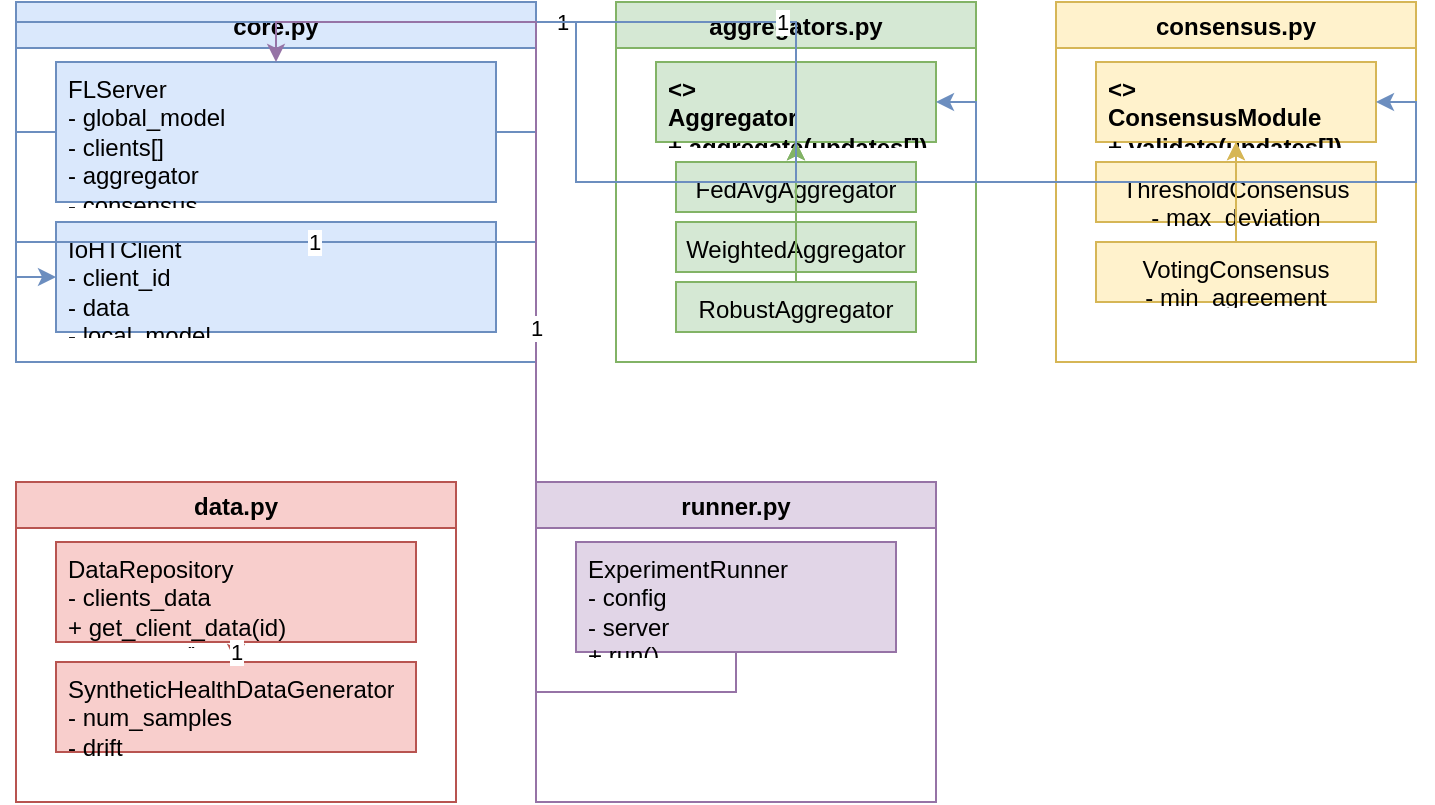
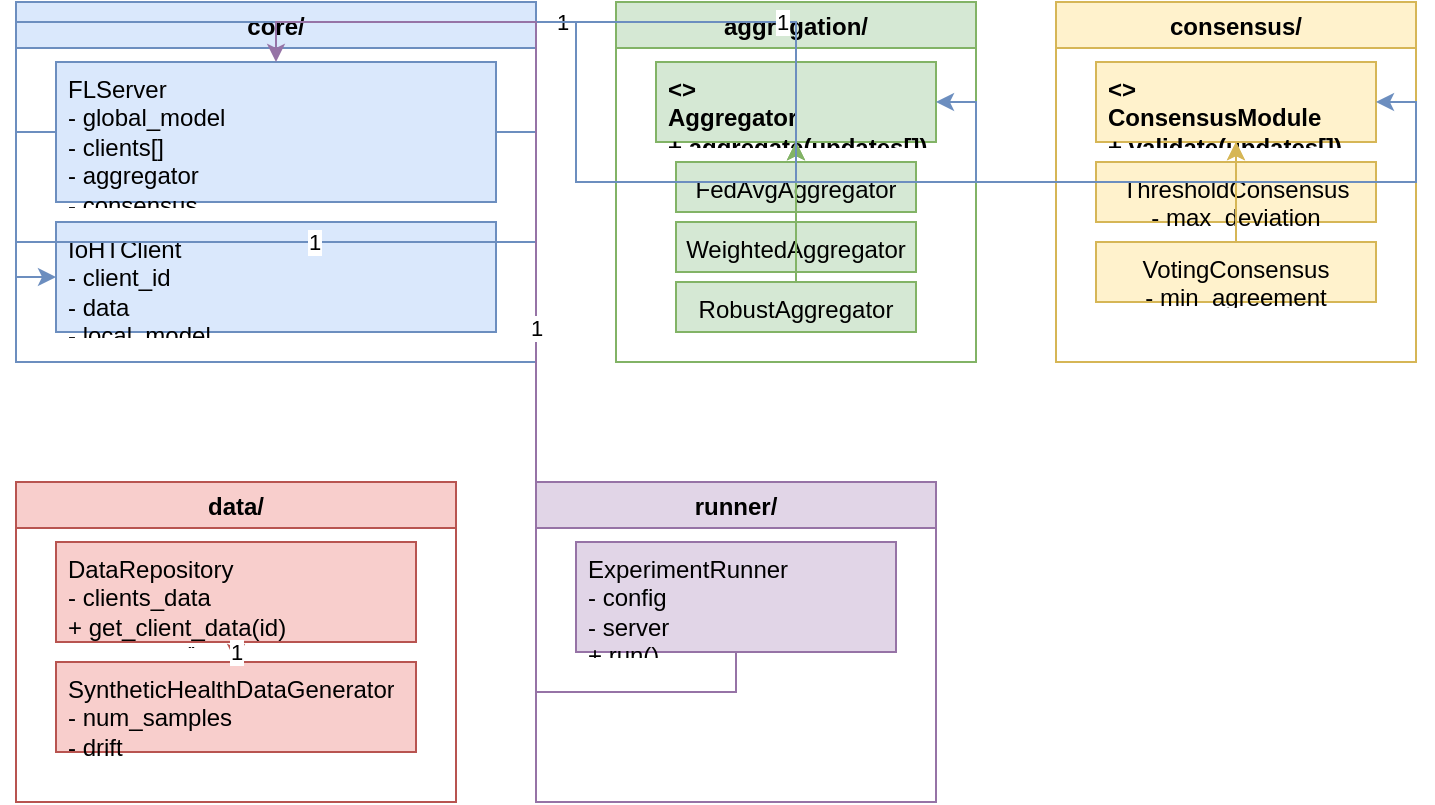
<mxfile host="app.diagrams.net" modified="2024-01-01T00:00:00.000Z" agent="Mozilla/5.0" version="21.0.0" type="device">
-   <diagram id="arch" name="Arquitetura IoHT-FL">
+   <diagram id="arch" name="Arquitetura IoMT-FL Consensus">
    <mxGraphModel dx="1200" dy="900" grid="1" gridSize="10" guides="1" tooltips="1" connect="1" arrows="1" fold="1" page="1" pageScale="1" pageWidth="1200" pageHeight="1000" math="0" shadow="0">
      <root>
        <mxCell id="0" />
        <mxCell id="1" parent="0" />

        <!-- Pacote core.py -->
-         <mxCell id="pkg_core" value="core.py" style="swimlane;fillColor=#dae8fc;strokeColor=#6c8ebf;" vertex="1" parent="1">
+         <mxCell id="pkg_core" value="core/" style="swimlane;fillColor=#dae8fc;strokeColor=#6c8ebf;" vertex="1" parent="1">
          <mxGeometry x="40" y="40" width="260" height="180" as="geometry" />
        </mxCell>

        <!-- Pacote aggregators.py -->
-         <mxCell id="pkg_agg" value="aggregators.py" style="swimlane;fillColor=#d5e8d4;strokeColor=#82b366;" vertex="1" parent="1">
+         <mxCell id="pkg_agg" value="aggregation/" style="swimlane;fillColor=#d5e8d4;strokeColor=#82b366;" vertex="1" parent="1">
          <mxGeometry x="340" y="40" width="180" height="180" as="geometry" />
        </mxCell>

        <!-- Pacote consensus.py -->
-         <mxCell id="pkg_cons" value="consensus.py" style="swimlane;fillColor=#fff2cc;strokeColor=#d6b656;" vertex="1" parent="1">
+         <mxCell id="pkg_cons" value="consensus/" style="swimlane;fillColor=#fff2cc;strokeColor=#d6b656;" vertex="1" parent="1">
          <mxGeometry x="560" y="40" width="180" height="180" as="geometry" />
        </mxCell>

        <!-- Pacote data.py -->
-         <mxCell id="pkg_data" value="data.py" style="swimlane;fillColor=#f8cecc;strokeColor=#b85450;" vertex="1" parent="1">
+         <mxCell id="pkg_data" value="data/" style="swimlane;fillColor=#f8cecc;strokeColor=#b85450;" vertex="1" parent="1">
          <mxGeometry x="40" y="280" width="220" height="160" as="geometry" />
        </mxCell>

        <!-- Pacote runner.py -->
-         <mxCell id="pkg_runner" value="runner.py" style="swimlane;fillColor=#e1d5e7;strokeColor=#9673a6;" vertex="1" parent="1">
+         <mxCell id="pkg_runner" value="runner/" style="swimlane;fillColor=#e1d5e7;strokeColor=#9673a6;" vertex="1" parent="1">
          <mxGeometry x="300" y="280" width="200" height="160" as="geometry" />
        </mxCell>

        <!-- Classes core.py -->
        <mxCell id="FLServer" value="FLServer&#xa;- global_model&#xa;- clients[]&#xa;- aggregator&#xa;- consensus&#xa;+ select_clients()&#xa;+ round()" style="text;html=1;strokeColor=#6c8ebf;fillColor=#dae8fc;align=left;verticalAlign=top;spacingLeft=4;spacingRight=4;overflow=hidden;rotatable=0;points=[[0,0.5],[1,0.5]];portConstraint=eastwest;" vertex="1" parent="pkg_core">
          <mxGeometry x="20" y="30" width="220" height="70" as="geometry" />
        </mxCell>
        <mxCell id="IoHTClient" value="IoHTClient&#xa;- client_id&#xa;- data&#xa;- local_model&#xa;- resource_profile&#xa;+ train_local_model()&#xa;+ simulate_failure()" style="text;html=1;strokeColor=#6c8ebf;fillColor=#dae8fc;align=left;verticalAlign=top;spacingLeft=4;spacingRight=4;overflow=hidden;rotatable=0;points=[[0,0.5],[1,0.5]];portConstraint=eastwest;" vertex="1" parent="pkg_core">
          <mxGeometry x="20" y="110" width="220" height="55" as="geometry" />
        </mxCell>

        <!-- Classes aggregators.py -->
        <mxCell id="Aggregator" value="&lt;&lt;interface&gt;&gt;&#xa;Aggregator&#xa;+ aggregate(updates[])" style="text;html=1;strokeColor=#82b366;fillColor=#d5e8d4;align=left;verticalAlign=top;spacingLeft=4;spacingRight=4;overflow=hidden;rotatable=0;points=[[0,0.5],[1,0.5]];fontStyle=1" vertex="1" parent="pkg_agg">
          <mxGeometry x="20" y="30" width="140" height="40" as="geometry" />
        </mxCell>
        <mxCell id="FedAvgAgg" value="FedAvgAggregator" style="text;html=1;strokeColor=#82b366;fillColor=#d5e8d4;align=center;verticalAlign=top;spacingLeft=4;spacingRight=4;overflow=hidden;rotatable=0" vertex="1" parent="pkg_agg">
          <mxGeometry x="30" y="80" width="120" height="25" as="geometry" />
        </mxCell>
        <mxCell id="WeightedAgg" value="WeightedAggregator" style="text;html=1;strokeColor=#82b366;fillColor=#d5e8d4;align=center;verticalAlign=top;spacingLeft=4;spacingRight=4;overflow=hidden;rotatable=0" vertex="1" parent="pkg_agg">
          <mxGeometry x="30" y="110" width="120" height="25" as="geometry" />
        </mxCell>
        <mxCell id="RobustAgg" value="RobustAggregator" style="text;html=1;strokeColor=#82b366;fillColor=#d5e8d4;align=center;verticalAlign=top;spacingLeft=4;spacingRight=4;overflow=hidden;rotatable=0" vertex="1" parent="pkg_agg">
          <mxGeometry x="30" y="140" width="120" height="25" as="geometry" />
        </mxCell>

        <!-- Classes consensus.py -->
        <mxCell id="ConsensusModule" value="&lt;&lt;interface&gt;&gt;&#xa;ConsensusModule&#xa;+ validate(updates[])" style="text;html=1;strokeColor=#d6b656;fillColor=#fff2cc;align=left;verticalAlign=top;spacingLeft=4;spacingRight=4;overflow=hidden;rotatable=0;points=[[0,0.5],[1,0.5]];fontStyle=1" vertex="1" parent="pkg_cons">
          <mxGeometry x="20" y="30" width="140" height="40" as="geometry" />
        </mxCell>
        <mxCell id="ThresholdCons" value="ThresholdConsensus&#xa;- max_deviation" style="text;html=1;strokeColor=#d6b656;fillColor=#fff2cc;align=center;verticalAlign=top;spacingLeft=4;spacingRight=4;overflow=hidden;rotatable=0" vertex="1" parent="pkg_cons">
          <mxGeometry x="20" y="80" width="140" height="30" as="geometry" />
        </mxCell>
        <mxCell id="VotingCons" value="VotingConsensus&#xa;- min_agreement" style="text;html=1;strokeColor=#d6b656;fillColor=#fff2cc;align=center;verticalAlign=top;spacingLeft=4;spacingRight=4;overflow=hidden;rotatable=0" vertex="1" parent="pkg_cons">
          <mxGeometry x="20" y="120" width="140" height="30" as="geometry" />
        </mxCell>

        <!-- Classes data.py -->
        <mxCell id="DataRepo" value="DataRepository&#xa;- clients_data&#xa;+ get_client_data(id)&#xa;+ generate()" style="text;html=1;strokeColor=#b85450;fillColor=#f8cecc;align=left;verticalAlign=top;spacingLeft=4;spacingRight=4;overflow=hidden;rotatable=0;points=[[0,0.5],[1,0.5]]" vertex="1" parent="pkg_data">
          <mxGeometry x="20" y="30" width="180" height="50" as="geometry" />
        </mxCell>
        <mxCell id="DataGen" value="SyntheticHealthDataGenerator&#xa;- num_samples&#xa;- drift&#xa;+ generate()" style="text;html=1;strokeColor=#b85450;fillColor=#f8cecc;align=left;verticalAlign=top;spacingLeft=4;spacingRight=4;overflow=hidden;rotatable=0;points=[[0,0.5],[1,0.5]]" vertex="1" parent="pkg_data">
          <mxGeometry x="20" y="90" width="180" height="45" as="geometry" />
        </mxCell>

        <!-- Classe runner.py -->
        <mxCell id="ExpRunner" value="ExperimentRunner&#xa;- config&#xa;- server&#xa;+ run()&#xa;+ export()" style="text;html=1;strokeColor=#9673a6;fillColor=#e1d5e7;align=left;verticalAlign=top;spacingLeft=4;spacingRight=4;overflow=hidden;rotatable=0;points=[[0,0.5],[1,0.5]]" vertex="1" parent="pkg_runner">
          <mxGeometry x="20" y="30" width="160" height="55" as="geometry" />
        </mxCell>

        <!-- Heranças e implementações -->
        <mxCell id="inherit1" style="edgeStyle=orthogonalEdgeStyle;rounded=0;orthogonalLoop=1;jettySize=auto;html=1;exitX=0.5;exitY=0;exitPerimeter=0;entryX=0.5;entryY=1;entryPerimeter=0;strokeColor=#82b366;" edge="1" parent="1" source="FedAvgAgg" target="Aggregator">
          <mxGeometry relative="1" as="geometry" />
        </mxCell>
        <mxCell id="inherit2" style="edgeStyle=orthogonalEdgeStyle;rounded=0;orthogonalLoop=1;jettySize=auto;html=1;exitX=0.5;exitY=0;exitPerimeter=0;entryX=0.5;entryY=1;entryPerimeter=0;strokeColor=#82b366;" edge="1" parent="1" source="WeightedAgg" target="Aggregator">
          <mxGeometry relative="1" as="geometry" />
        </mxCell>
        <mxCell id="inherit3" style="edgeStyle=orthogonalEdgeStyle;rounded=0;orthogonalLoop=1;jettySize=auto;html=1;exitX=0.5;exitY=0;exitPerimeter=0;entryX=0.5;entryY=1;entryPerimeter=0;strokeColor=#82b366;" edge="1" parent="1" source="RobustAgg" target="Aggregator">
          <mxGeometry relative="1" as="geometry" />
        </mxCell>
        <mxCell id="inherit4" style="edgeStyle=orthogonalEdgeStyle;rounded=0;orthogonalLoop=1;jettySize=auto;html=1;exitX=0.5;exitY=0;exitPerimeter=0;entryX=0.5;entryY=1;entryPerimeter=0;strokeColor=#d6b656;" edge="1" parent="1" source="ThresholdCons" target="ConsensusModule">
          <mxGeometry relative="1" as="geometry" />
        </mxCell>
        <mxCell id="inherit5" style="edgeStyle=orthogonalEdgeStyle;rounded=0;orthogonalLoop=1;jettySize=auto;html=1;exitX=0.5;exitY=0;exitPerimeter=0;entryX=0.5;entryY=1;entryPerimeter=0;strokeColor=#d6b656;" edge="1" parent="1" source="VotingCons" target="ConsensusModule">
          <mxGeometry relative="1" as="geometry" />
        </mxCell>

        <!-- Associações -->
        <mxCell id="assoc1" value="1" style="edgeStyle=orthogonalEdgeStyle;rounded=0;orthogonalLoop=1;jettySize=auto;html=1;exitX=1;exitY=0.5;exitPerimeter=0;entryX=0;entryY=0.5;entryPerimeter=0;strokeColor=#6c8ebf;" edge="1" parent="1" source="FLServer" target="IoHTClient">
          <mxGeometry relative="1" as="geometry" />
        </mxCell>
        <mxCell id="assoc2" value="1" style="edgeStyle=orthogonalEdgeStyle;rounded=0;orthogonalLoop=1;jettySize=auto;html=1;exitX=0;exitY=0.5;exitPerimeter=0;entryX=1;entryY=0.5;entryPerimeter=0;strokeColor=#6c8ebf;" edge="1" parent="1" source="FLServer" target="Aggregator">
          <mxGeometry relative="1" as="geometry" />
        </mxCell>
        <mxCell id="assoc3" value="1" style="edgeStyle=orthogonalEdgeStyle;rounded=0;orthogonalLoop=1;jettySize=auto;html=1;exitX=0;exitY=0.5;exitPerimeter=0;entryX=1;entryY=0.5;entryPerimeter=0;strokeColor=#6c8ebf;" edge="1" parent="1" source="FLServer" target="ConsensusModule">
          <mxGeometry relative="1" as="geometry" />
        </mxCell>
        <mxCell id="assoc4" value="1" style="edgeStyle=orthogonalEdgeStyle;rounded=0;orthogonalLoop=1;jettySize=auto;html=1;exitX=0.5;exitY=1;exitPerimeter=0;entryX=0.5;entryY=0;entryPerimeter=0;strokeColor=#b85450;" edge="1" parent="1" source="DataRepo" target="DataGen">
          <mxGeometry relative="1" as="geometry" />
        </mxCell>
        <mxCell id="assoc5" value="1" style="edgeStyle=orthogonalEdgeStyle;rounded=0;orthogonalLoop=1;jettySize=auto;html=1;exitX=0.5;exitY=1;exitPerimeter=0;entryX=0.5;entryY=0;entryPerimeter=0;strokeColor=#9673a6;" edge="1" parent="1" source="ExpRunner" target="FLServer">
          <mxGeometry relative="1" as="geometry" />
        </mxCell>

      </root>
    </mxGraphModel>
  </diagram>
</mxfile>